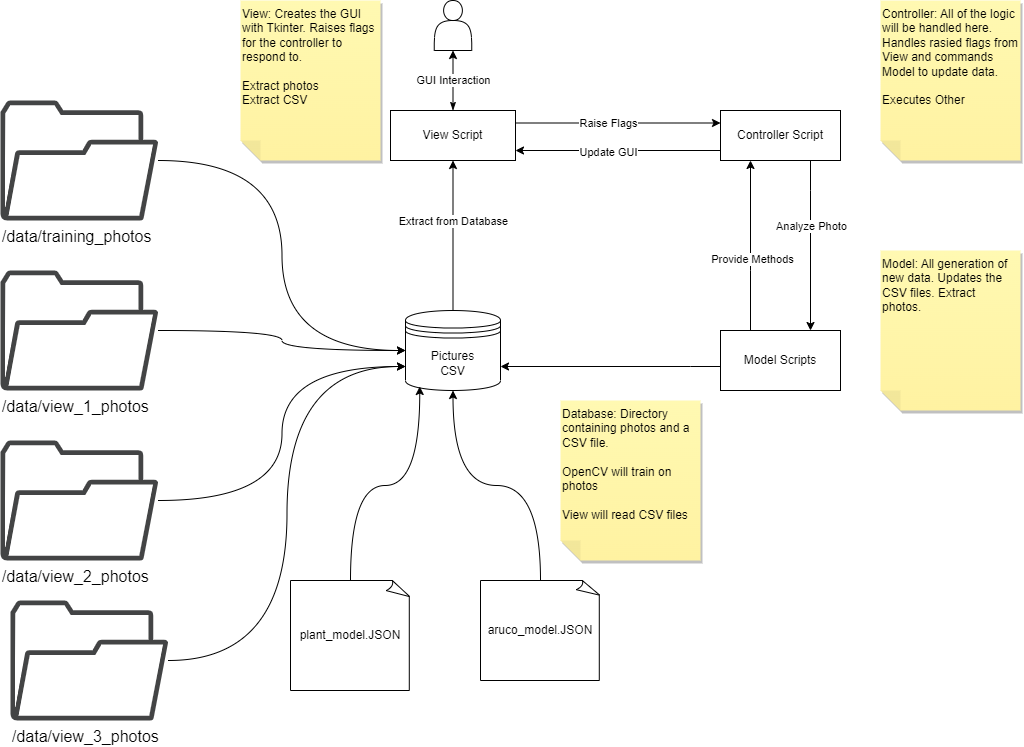
Earlier version of the draw.io export docs/block_diagram_flower_growth_tracker-System_Overview.drawio.png (JovanyZepeda/miniature-doodle). Source tidied: cells renumbered, new cells last; positions are measured from the earlier drawing's top-left corner, leaving out a move shared by most shapes. The source it was exported from:
```xml
<mxGraphModel>
  <root>
    <mxCell id="0" />
    <mxCell id="1" parent="0" />
    <mxCell id="2" style="shape=actor;whiteSpace=wrap;html=1;" parent="1" vertex="1">
      <mxGeometry x="433.8" width="37.5" height="50" as="geometry" />
    </mxCell>
    <mxCell id="3" style="edgeStyle=orthogonalEdgeStyle;rounded=0;jettySize=auto;html=1;entryX=0.5;entryY=1;entryDx=0;entryDy=0;startArrow=classicThin;startFill=1;" parent="1" edge="1" source="7" target="2">
      <mxGeometry relative="1" as="geometry" />
    </mxCell>
    <mxCell id="4" value="GUI Interaction" style="edgeLabel;html=1;align=center;verticalAlign=middle;" parent="3" vertex="1">
      <mxGeometry x="0.19" relative="1" as="geometry">
        <mxPoint y="6" as="offset" />
      </mxGeometry>
    </mxCell>
    <mxCell id="5" style="edgeStyle=orthogonalEdgeStyle;rounded=0;jettySize=auto;html=1;entryX=0;entryY=0.25;entryDx=0;entryDy=0;" parent="1" edge="1" source="7" target="12">
      <mxGeometry relative="1" as="geometry">
        <Array as="points">
          <mxPoint x="618" y="123" />
        </Array>
      </mxGeometry>
    </mxCell>
    <mxCell id="6" value="Raise Flags" style="edgeLabel;html=1;align=center;verticalAlign=middle;" parent="5" vertex="1">
      <mxGeometry x="-0.1" relative="1" as="geometry" />
    </mxCell>
    <mxCell id="7" value="View Script" style="rounded=0;whiteSpace=wrap;html=1;" parent="1" vertex="1">
      <mxGeometry x="390" y="110" width="125" height="50" as="geometry" />
    </mxCell>
    <mxCell id="8" style="edgeStyle=orthogonalEdgeStyle;rounded=0;jettySize=auto;html=1;" parent="1" edge="1" source="12">
      <mxGeometry relative="1" as="geometry">
        <mxPoint x="515" y="150" as="targetPoint" />
        <Array as="points">
          <mxPoint x="515" y="150" />
        </Array>
      </mxGeometry>
    </mxCell>
    <mxCell id="9" value="Update GUI" style="edgeLabel;html=1;align=center;verticalAlign=middle;" parent="8" vertex="1">
      <mxGeometry x="0.1" y="1" relative="1" as="geometry" />
    </mxCell>
    <mxCell id="10" style="edgeStyle=orthogonalEdgeStyle;rounded=0;jettySize=auto;html=1;entryX=0.75;entryY=0;entryDx=0;entryDy=0;" parent="1" edge="1" source="12" target="19">
      <mxGeometry relative="1" as="geometry">
        <Array as="points">
          <mxPoint x="810" y="190" />
          <mxPoint x="810" y="190" />
        </Array>
      </mxGeometry>
    </mxCell>
    <mxCell id="11" value="Analyze Photo" style="edgeLabel;html=1;align=center;verticalAlign=middle;" parent="10" vertex="1">
      <mxGeometry x="-0.24" relative="1" as="geometry" />
    </mxCell>
    <mxCell id="12" value="Controller Script" style="rounded=0;whiteSpace=wrap;html=1;" parent="1" vertex="1">
      <mxGeometry x="720" y="110" width="120" height="50" as="geometry" />
    </mxCell>
    <mxCell id="13" style="edgeStyle=orthogonalEdgeStyle;rounded=0;jettySize=auto;html=1;entryX=0.5;entryY=1;entryDx=0;entryDy=0;exitX=0.5;exitY=0;exitDx=0;exitDy=0;" parent="1" edge="1" source="15" target="7">
      <mxGeometry relative="1" as="geometry" />
    </mxCell>
    <mxCell id="14" value="Extract from Database" style="edgeLabel;html=1;align=center;verticalAlign=middle;" parent="13" vertex="1">
      <mxGeometry x="0.2" relative="1" as="geometry" />
    </mxCell>
    <mxCell id="15" value="Pictures&lt;br&gt;CSV" style="shape=datastore;whiteSpace=wrap;html=1;" parent="1" vertex="1">
      <mxGeometry x="405" y="310" width="95" height="80" as="geometry" />
    </mxCell>
    <mxCell id="16" style="edgeStyle=orthogonalEdgeStyle;rounded=0;jettySize=auto;html=1;entryX=1;entryY=0.7;entryDx=0;entryDy=0;" parent="1" edge="1" source="19" target="15">
      <mxGeometry relative="1" as="geometry">
        <Array as="points">
          <mxPoint x="690" y="366" />
          <mxPoint x="690" y="366" />
        </Array>
      </mxGeometry>
    </mxCell>
    <mxCell id="17" style="edgeStyle=orthogonalEdgeStyle;rounded=0;jettySize=auto;html=1;entryX=0.25;entryY=1;entryDx=0;entryDy=0;" parent="1" edge="1" source="19" target="12">
      <mxGeometry relative="1" as="geometry">
        <Array as="points">
          <mxPoint x="750" y="270" />
          <mxPoint x="750" y="270" />
        </Array>
      </mxGeometry>
    </mxCell>
    <mxCell id="18" value="Provide Methods" style="edgeLabel;html=1;align=center;verticalAlign=middle;" parent="17" vertex="1">
      <mxGeometry x="-0.16" y="-1" relative="1" as="geometry" />
    </mxCell>
    <mxCell id="19" value="Model Scripts" style="rounded=0;whiteSpace=wrap;html=1;" parent="1" vertex="1">
      <mxGeometry x="720" y="330" width="120" height="60" as="geometry" />
    </mxCell>
    <mxCell id="20" value="Controller: All of the logic will be handled here. Handles rasied flags from View and commands Model to update data.&amp;nbsp;&lt;br&gt;&lt;br&gt;Executes Other" style="shape=note;whiteSpace=wrap;html=1;backgroundOutline=1;fontColor=#000000;darkOpacity=0.05;fillColor=#FFF9B2;strokeColor=none;fillStyle=solid;direction=west;gradientDirection=north;gradientColor=#FFF2A1;shadow=1;size=20;horizontal=1;verticalAlign=top;align=left;" parent="1" vertex="1">
      <mxGeometry x="880" width="140" height="160" as="geometry" />
    </mxCell>
    <mxCell id="21" value="Model: All generation of new data. Updates the CSV files. Extract photos.&amp;nbsp;" style="shape=note;whiteSpace=wrap;html=1;backgroundOutline=1;fontColor=#000000;darkOpacity=0.05;fillColor=#FFF9B2;strokeColor=none;fillStyle=solid;direction=west;gradientDirection=north;gradientColor=#FFF2A1;shadow=1;size=20;verticalAlign=top;align=left;" parent="1" vertex="1">
      <mxGeometry x="880" y="250" width="140" height="160" as="geometry" />
    </mxCell>
    <mxCell id="22" value="Database: Directory containing photos and a CSV file.&amp;nbsp;&lt;br&gt;&lt;br&gt;OpenCV will train on photos&lt;br&gt;&lt;br&gt;View will read CSV files" style="shape=note;whiteSpace=wrap;html=1;backgroundOutline=1;fontColor=#000000;darkOpacity=0.05;fillColor=#FFF9B2;strokeColor=none;fillStyle=solid;direction=west;gradientDirection=north;gradientColor=#FFF2A1;shadow=1;size=20;verticalAlign=top;align=left;" parent="1" vertex="1">
      <mxGeometry x="560" y="400" width="140" height="160" as="geometry" />
    </mxCell>
    <mxCell id="23" value="View: Creates the GUI with Tkinter. Raises flags for the controller to respond to.&amp;nbsp;&lt;br&gt;&lt;br&gt;Extract photos&lt;br&gt;Extract CSV&amp;nbsp;" style="shape=note;whiteSpace=wrap;html=1;backgroundOutline=1;fontColor=#000000;darkOpacity=0.05;fillColor=#FFF9B2;strokeColor=none;fillStyle=solid;direction=west;gradientDirection=north;gradientColor=#FFF2A1;shadow=1;size=20;verticalAlign=top;align=left;" parent="1" vertex="1">
      <mxGeometry x="240" width="140" height="160" as="geometry" />
    </mxCell>
    <mxCell id="24" style="edgeStyle=orthogonalEdgeStyle;rounded=0;jettySize=auto;html=1;entryX=0.5;entryY=1;entryDx=0;entryDy=0;curved=1;" parent="1" edge="1" source="25" target="15">
      <mxGeometry relative="1" as="geometry" />
    </mxCell>
    <mxCell id="25" value="aruco_model.JSON" style="whiteSpace=wrap;html=1;shape=mxgraph.basic.document;" parent="1" vertex="1">
      <mxGeometry x="480" y="580" width="120" height="100" as="geometry" />
    </mxCell>
    <mxCell id="26" style="edgeStyle=orthogonalEdgeStyle;rounded=0;jettySize=auto;html=1;entryX=0.15;entryY=0.95;entryDx=0;entryDy=0;entryPerimeter=0;curved=1;" parent="1" edge="1" source="27" target="15">
      <mxGeometry relative="1" as="geometry" />
    </mxCell>
    <mxCell id="27" value="plant_model.JSON" style="whiteSpace=wrap;html=1;shape=mxgraph.basic.document;" parent="1" vertex="1">
      <mxGeometry x="290" y="580" width="120" height="110" as="geometry" />
    </mxCell>
    <mxCell id="28" style="edgeStyle=orthogonalEdgeStyle;rounded=0;jettySize=auto;html=1;entryX=0;entryY=0.5;entryDx=0;entryDy=0;curved=1;" parent="1" edge="1" source="29" target="15">
      <mxGeometry relative="1" as="geometry" />
    </mxCell>
    <mxCell id="29" value="/data/training_photos" style="sketch=0;shadow=0;dashed=0;html=1;strokeColor=none;fillColor=#434445;labelPosition=center;verticalLabelPosition=bottom;verticalAlign=top;align=left;outlineConnect=0;shape=mxgraph.vvd.folder;horizontal=1;fontSize=16;" parent="1" vertex="1">
      <mxGeometry y="100" width="157.9" height="120" as="geometry" />
    </mxCell>
    <mxCell id="30" style="edgeStyle=orthogonalEdgeStyle;rounded=0;jettySize=auto;html=1;entryX=0;entryY=0.5;entryDx=0;entryDy=0;curved=1;" parent="1" edge="1" source="31" target="15">
      <mxGeometry relative="1" as="geometry" />
    </mxCell>
    <mxCell id="31" value="/data/view_1_photos" style="sketch=0;shadow=0;dashed=0;html=1;strokeColor=none;fillColor=#434445;labelPosition=center;verticalLabelPosition=bottom;verticalAlign=top;align=left;outlineConnect=0;shape=mxgraph.vvd.folder;horizontal=1;fontSize=16;" parent="1" vertex="1">
      <mxGeometry y="270" width="157.9" height="120" as="geometry" />
    </mxCell>
    <mxCell id="32" style="edgeStyle=orthogonalEdgeStyle;rounded=0;jettySize=auto;html=1;entryX=0;entryY=0.7;entryDx=0;entryDy=0;curved=1;" parent="1" edge="1" source="33" target="15">
      <mxGeometry relative="1" as="geometry" />
    </mxCell>
    <mxCell id="33" value="/data/view_2_photos" style="sketch=0;shadow=0;dashed=0;html=1;strokeColor=none;fillColor=#434445;labelPosition=center;verticalLabelPosition=bottom;verticalAlign=top;align=left;outlineConnect=0;shape=mxgraph.vvd.folder;horizontal=1;fontSize=16;" parent="1" vertex="1">
      <mxGeometry y="440" width="157.9" height="120" as="geometry" />
    </mxCell>
    <mxCell id="34" style="edgeStyle=orthogonalEdgeStyle;rounded=0;jettySize=auto;html=1;entryX=0;entryY=0.7;entryDx=0;entryDy=0;curved=1;" parent="1" edge="1" source="35" target="15">
      <mxGeometry relative="1" as="geometry" />
    </mxCell>
    <mxCell id="35" value="/data/view_3_photos" style="sketch=0;shadow=0;dashed=0;html=1;strokeColor=none;fillColor=#434445;labelPosition=center;verticalLabelPosition=bottom;verticalAlign=top;align=left;outlineConnect=0;shape=mxgraph.vvd.folder;horizontal=1;fontSize=16;" parent="1" vertex="1">
      <mxGeometry x="10" y="600" width="157.9" height="120" as="geometry" />
    </mxCell>
  </root>
</mxGraphModel>
```
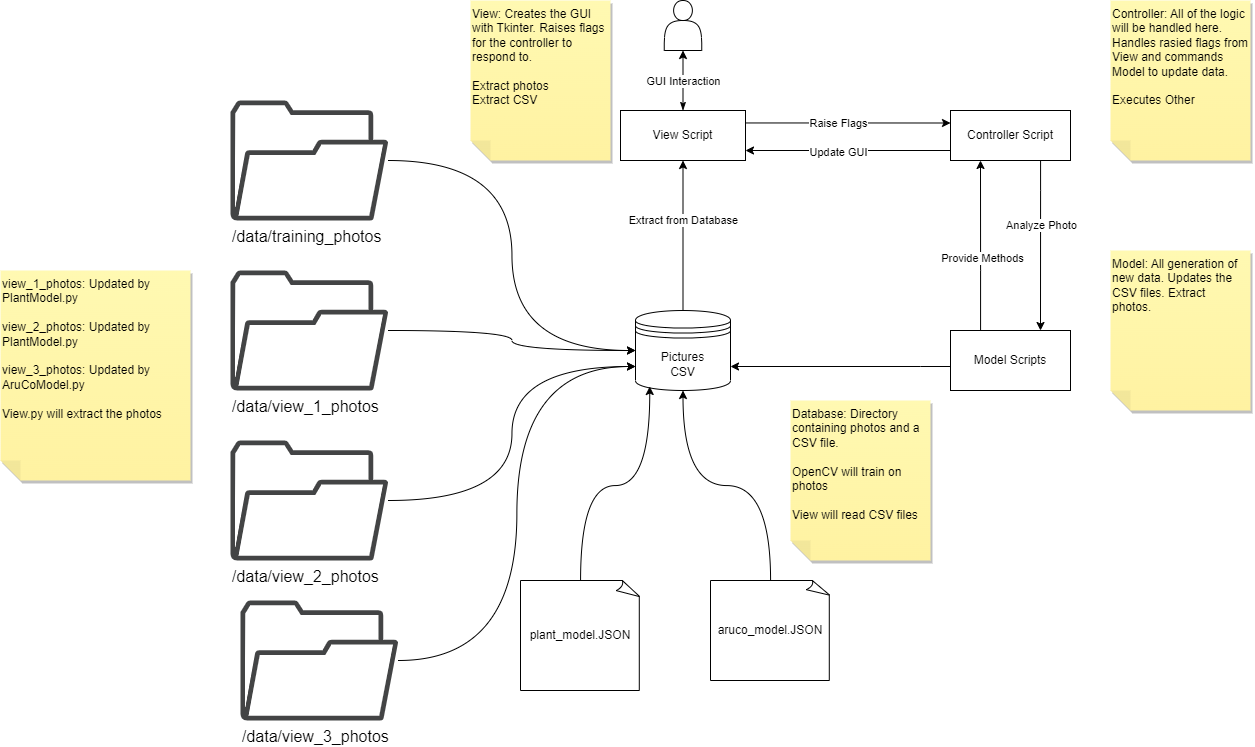
Above is the later version.

Commit message:
Updated System Overview

What changed in the source:
```diff
@@ -130,5 +130,8 @@
     <mxCell id="35" value="/data/view_3_photos" style="sketch=0;shadow=0;dashed=0;html=1;strokeColor=none;fillColor=#434445;labelPosition=center;verticalLabelPosition=bottom;verticalAlign=top;align=left;outlineConnect=0;shape=mxgraph.vvd.folder;horizontal=1;fontSize=16;" parent="1" vertex="1">
       <mxGeometry x="10" y="600" width="157.9" height="120" as="geometry" />
     </mxCell>
+    <mxCell id="36" value="view_1_photos: Updated by PlantModel.py&lt;br&gt;&lt;br&gt;view_2_photos: Updated by PlantModel.py&lt;br&gt;&lt;br&gt;view_3_photos: Updated by AruCoModel.py&lt;br&gt;&lt;br&gt;View.py will extract the photos" style="shape=note;whiteSpace=wrap;html=1;backgroundOutline=1;fontColor=#000000;darkOpacity=0.05;fillColor=#FFF9B2;strokeColor=none;fillStyle=solid;direction=west;gradientDirection=north;gradientColor=#FFF2A1;shadow=1;size=20;align=left;verticalAlign=top;" parent="1" vertex="1">
+      <mxGeometry x="-230" y="270" width="190" height="210" as="geometry" />
+    </mxCell>
   </root>
 </mxGraphModel>
```
